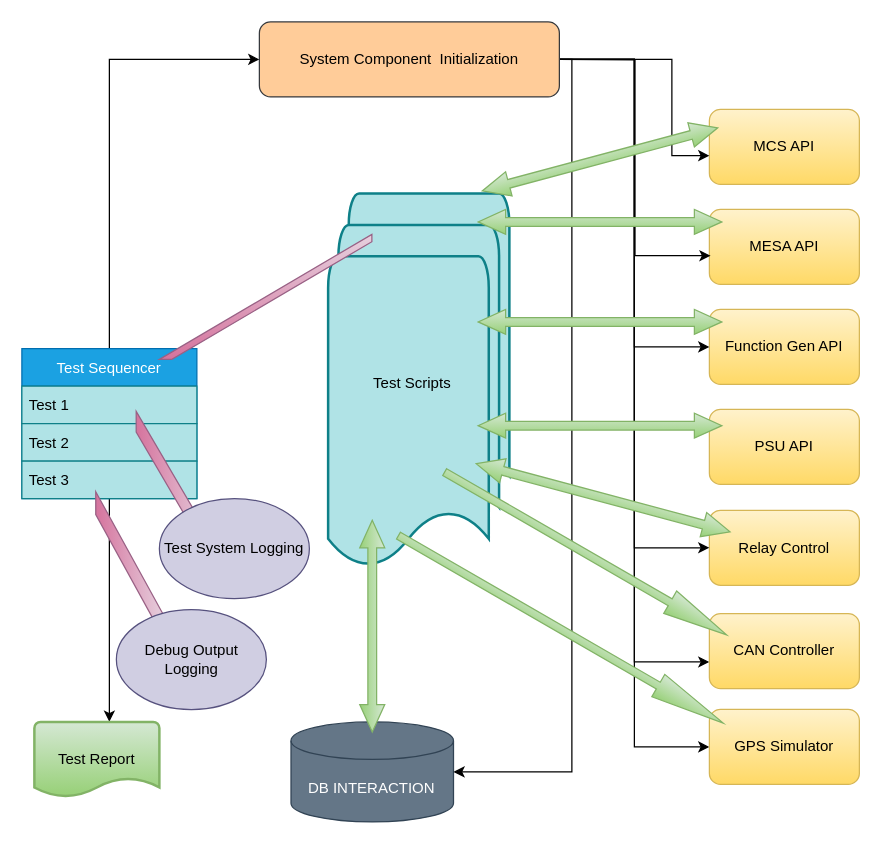
Above: TestArchitecture.drawio in wernervanstaden/PythonProjects (draw.io), before the change. Source tidied: cells renumbered, new cells numbered last; positions are measured from the earlier drawing's top-left corner, leaving out a move shared by most shapes. Both pictures are drawn from the tidied source at 125%, with x=0, y=0 at pixel (21, 21).
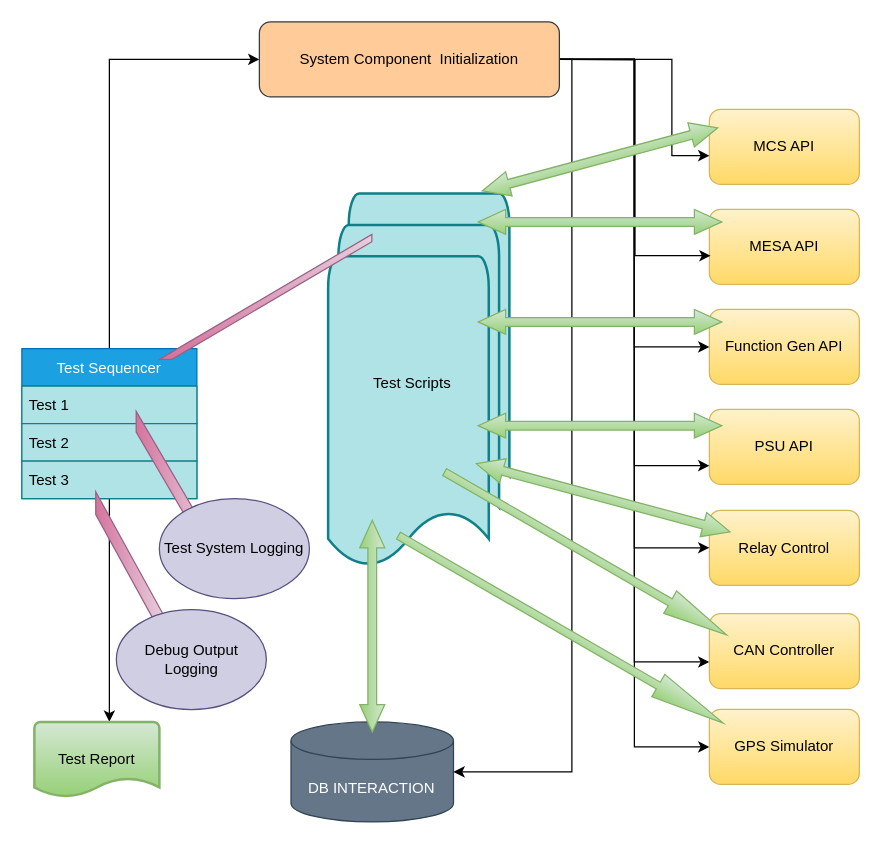
After the change.

The change refers to these unchanged cells:
```xml
<mxCell id="6" value="PSU API" style="rounded=1;whiteSpace=wrap;html=1;fillColor=#fff2cc;strokeColor=#d6b656;gradientColor=#ffd966;" parent="1" vertex="1">
  <mxGeometry x="550" y="310" width="120" height="60" as="geometry" />
</mxCell>
<mxCell id="25" value="System Component&amp;nbsp; Initialization" style="rounded=1;whiteSpace=wrap;html=1;fillColor=#ffcc99;strokeColor=#36393d;" parent="1" vertex="1">
  <mxGeometry x="190" width="240" height="60" as="geometry" />
</mxCell>
```

Diff of the diagram source:
```diff
@@
+    <mxCell id="39" style="edgeStyle=orthogonalEdgeStyle;rounded=0;jettySize=auto;html=1;entryX=0;entryY=0.75;entryDx=0;entryDy=0;" parent="1" edge="1" source="25" target="6">
+      <mxGeometry relative="1" as="geometry" />
+    </mxCell>
```
